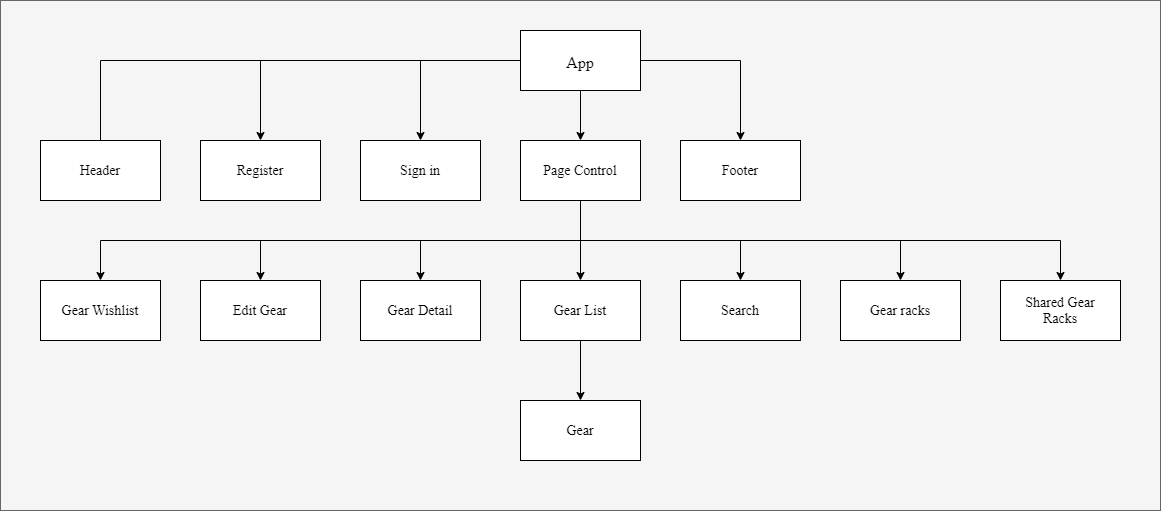
This is component-diagram.png from DeryckJackson/climbing-gear-catalog-react, a draw.io export, as it was before one commit. Source tidied: cells renumbered, new cells last; positions are measured from the earlier drawing's top-left corner, leaving out a move shared by most shapes. Its diagram source:
```xml
<mxGraphModel>
  <root>
    <mxCell id="0" />
    <mxCell id="1" parent="0" />
    <mxCell id="2" style="rounded=0;whiteSpace=wrap;html=1;fontFamily=roboto;fontSize=14;fillColor=#f5f5f5;strokeColor=#666666;fontColor=#333333;" parent="1" vertex="1">
      <mxGeometry width="1160" height="510" as="geometry" />
    </mxCell>
    <mxCell id="3" style="edgeStyle=orthogonalEdgeStyle;rounded=0;jettySize=auto;html=1;entryX=0.5;entryY=0.167;entryDx=0;entryDy=0;entryPerimeter=0;fontSize=14;fontFamily=roboto;fontSource=https%3A%2F%2Ffonts.googleapis.com%2Fcss%3Ffamily%3Droboto;" parent="1" edge="1" source="7" target="19">
      <mxGeometry relative="1" as="geometry" />
    </mxCell>
    <mxCell id="4" style="edgeStyle=orthogonalEdgeStyle;rounded=0;jettySize=auto;html=1;fontSize=14;fontFamily=roboto;fontSource=https%3A%2F%2Ffonts.googleapis.com%2Fcss%3Ffamily%3Droboto;" parent="1" edge="1" source="7" target="20">
      <mxGeometry relative="1" as="geometry" />
    </mxCell>
    <mxCell id="5" style="edgeStyle=orthogonalEdgeStyle;rounded=0;jettySize=auto;html=1;fontSize=14;fontFamily=roboto;fontSource=https%3A%2F%2Ffonts.googleapis.com%2Fcss%3Ffamily%3Droboto;" parent="1" edge="1" source="7" target="18">
      <mxGeometry relative="1" as="geometry" />
    </mxCell>
    <mxCell id="6" style="edgeStyle=orthogonalEdgeStyle;rounded=0;jettySize=auto;html=1;fontSize=14;fontFamily=roboto;fontSource=https%3A%2F%2Ffonts.googleapis.com%2Fcss%3Ffamily%3Droboto;" parent="1" edge="1" source="7" target="21">
      <mxGeometry relative="1" as="geometry" />
    </mxCell>
    <mxCell id="7" style="rounded=0;whiteSpace=wrap;html=1;fontSize=20;fontFamily=roboto;fontSource=https%3A%2F%2Ffonts.googleapis.com%2Fcss%3Ffamily%3Droboto;" parent="1" vertex="1">
      <mxGeometry x="520" y="30" width="120" height="60" as="geometry" />
    </mxCell>
    <mxCell id="8" style="edgeStyle=orthogonalEdgeStyle;rounded=0;jettySize=auto;html=1;entryX=0.5;entryY=0;entryDx=0;entryDy=0;fontFamily=roboto;fontSize=14;" parent="1" edge="1" source="15" target="29">
      <mxGeometry relative="1" as="geometry">
        <Array as="points">
          <mxPoint x="580" y="240" />
          <mxPoint x="580" y="240" />
        </Array>
      </mxGeometry>
    </mxCell>
    <mxCell id="9" style="edgeStyle=orthogonalEdgeStyle;rounded=0;jettySize=auto;html=1;entryX=0.5;entryY=0;entryDx=0;entryDy=0;fontFamily=roboto;fontSize=14;" parent="1" edge="1" source="15" target="33">
      <mxGeometry relative="1" as="geometry">
        <Array as="points">
          <mxPoint x="580" y="240" />
          <mxPoint x="420" y="240" />
        </Array>
      </mxGeometry>
    </mxCell>
    <mxCell id="10" style="edgeStyle=orthogonalEdgeStyle;rounded=0;jettySize=auto;html=1;fontFamily=roboto;fontSize=14;" parent="1" edge="1" source="15" target="35">
      <mxGeometry relative="1" as="geometry">
        <Array as="points">
          <mxPoint x="580" y="240" />
          <mxPoint x="740" y="240" />
        </Array>
      </mxGeometry>
    </mxCell>
    <mxCell id="11" style="edgeStyle=orthogonalEdgeStyle;rounded=0;jettySize=auto;html=1;fontFamily=roboto;fontSize=14;" parent="1" edge="1" source="15" target="37">
      <mxGeometry relative="1" as="geometry">
        <Array as="points">
          <mxPoint x="580" y="240" />
          <mxPoint x="260" y="240" />
        </Array>
      </mxGeometry>
    </mxCell>
    <mxCell id="12" style="edgeStyle=orthogonalEdgeStyle;rounded=0;jettySize=auto;html=1;fontFamily=roboto;fontSize=14;" parent="1" edge="1" source="15" target="39">
      <mxGeometry relative="1" as="geometry">
        <Array as="points">
          <mxPoint x="580" y="240" />
          <mxPoint x="100" y="240" />
        </Array>
      </mxGeometry>
    </mxCell>
    <mxCell id="13" style="edgeStyle=orthogonalEdgeStyle;rounded=0;jettySize=auto;html=1;fontFamily=roboto;fontSize=14;" parent="1" edge="1" source="15" target="41">
      <mxGeometry relative="1" as="geometry">
        <Array as="points">
          <mxPoint x="580" y="240" />
          <mxPoint x="900" y="240" />
        </Array>
      </mxGeometry>
    </mxCell>
    <mxCell id="14" style="edgeStyle=orthogonalEdgeStyle;rounded=0;jettySize=auto;html=1;entryX=0.5;entryY=0;entryDx=0;entryDy=0;fontFamily=roboto;fontSize=14;" parent="1" edge="1" source="15" target="43">
      <mxGeometry relative="1" as="geometry">
        <Array as="points">
          <mxPoint x="580" y="240" />
          <mxPoint x="1060" y="240" />
        </Array>
      </mxGeometry>
    </mxCell>
    <mxCell id="15" style="rounded=0;whiteSpace=wrap;html=1;fontSize=20;fontFamily=roboto;fontSource=https%3A%2F%2Ffonts.googleapis.com%2Fcss%3Ffamily%3Droboto;" parent="1" vertex="1">
      <mxGeometry x="520" y="140" width="120" height="60" as="geometry" />
    </mxCell>
    <mxCell id="16" style="endArrow=classic;html=1;fontSize=20;exitX=0.5;exitY=1;exitDx=0;exitDy=0;entryX=0.5;entryY=0;entryDx=0;entryDy=0;fontFamily=roboto;fontSource=https%3A%2F%2Ffonts.googleapis.com%2Fcss%3Ffamily%3Droboto;" parent="1" edge="1" source="7" target="15">
      <mxGeometry relative="1" as="geometry" />
    </mxCell>
    <mxCell id="17" value="&lt;font style=&quot;font-size: 16px&quot;&gt;App&lt;/font&gt;" style="text;html=1;strokeColor=none;fillColor=none;align=center;verticalAlign=middle;whiteSpace=wrap;rounded=0;fontSize=20;fontFamily=roboto;fontSource=https%3A%2F%2Ffonts.googleapis.com%2Fcss%3Ffamily%3Droboto;" parent="1" vertex="1">
      <mxGeometry x="560" y="50" width="40" height="20" as="geometry" />
    </mxCell>
    <mxCell id="18" style="rounded=0;whiteSpace=wrap;html=1;fontSize=14;fontFamily=roboto;fontSource=https%3A%2F%2Ffonts.googleapis.com%2Fcss%3Ffamily%3Droboto;" parent="1" vertex="1">
      <mxGeometry x="360" y="140" width="120" height="60" as="geometry" />
    </mxCell>
    <mxCell id="19" style="rounded=0;whiteSpace=wrap;html=1;fontSize=14;fontFamily=roboto;fontSource=https%3A%2F%2Ffonts.googleapis.com%2Fcss%3Ffamily%3Droboto;" parent="1" vertex="1">
      <mxGeometry x="40" y="140" width="120" height="60" as="geometry" />
    </mxCell>
    <mxCell id="20" style="rounded=0;whiteSpace=wrap;html=1;fontSize=14;fontFamily=roboto;fontSource=https%3A%2F%2Ffonts.googleapis.com%2Fcss%3Ffamily%3Droboto;" parent="1" vertex="1">
      <mxGeometry x="200" y="140" width="120" height="60" as="geometry" />
    </mxCell>
    <mxCell id="21" style="rounded=0;whiteSpace=wrap;html=1;fontSize=14;fontFamily=roboto;fontSource=https%3A%2F%2Ffonts.googleapis.com%2Fcss%3Ffamily%3Droboto;" parent="1" vertex="1">
      <mxGeometry x="680" y="140" width="120" height="60" as="geometry" />
    </mxCell>
    <mxCell id="22" value="Sign in" style="text;html=1;strokeColor=none;fillColor=none;align=center;verticalAlign=middle;whiteSpace=wrap;rounded=0;fontSize=14;fontFamily=roboto;fontSource=https%3A%2F%2Ffonts.googleapis.com%2Fcss%3Ffamily%3Droboto;" parent="1" vertex="1">
      <mxGeometry x="370" y="160" width="100" height="20" as="geometry" />
    </mxCell>
    <mxCell id="23" style="edgeStyle=orthogonalEdgeStyle;rounded=0;orthogonalLoop=1;jettySize=auto;html=1;exitX=0.5;exitY=1;exitDx=0;exitDy=0;fontSize=14;fontFamily=roboto;fontSource=https%3A%2F%2Ffonts.googleapis.com%2Fcss%3Ffamily%3Droboto;" parent="1" edge="1" source="22" target="22">
      <mxGeometry relative="1" as="geometry" />
    </mxCell>
    <mxCell id="24" value="Register" style="text;html=1;strokeColor=none;fillColor=none;align=center;verticalAlign=middle;whiteSpace=wrap;rounded=0;fontSize=14;fontFamily=roboto;fontSource=https%3A%2F%2Ffonts.googleapis.com%2Fcss%3Ffamily%3Droboto;" parent="1" vertex="1">
      <mxGeometry x="210" y="160" width="100" height="20" as="geometry" />
    </mxCell>
    <mxCell id="25" value="Header" style="text;html=1;strokeColor=none;fillColor=none;align=center;verticalAlign=middle;whiteSpace=wrap;rounded=0;fontSize=14;fontFamily=roboto;fontSource=https%3A%2F%2Ffonts.googleapis.com%2Fcss%3Ffamily%3Droboto;" parent="1" vertex="1">
      <mxGeometry x="55" y="160" width="90" height="20" as="geometry" />
    </mxCell>
    <mxCell id="26" value="Page Control" style="text;html=1;strokeColor=none;fillColor=none;align=center;verticalAlign=middle;whiteSpace=wrap;rounded=0;fontSize=14;fontFamily=roboto;fontSource=https%3A%2F%2Ffonts.googleapis.com%2Fcss%3Ffamily%3Droboto;" parent="1" vertex="1">
      <mxGeometry x="530" y="160" width="100" height="20" as="geometry" />
    </mxCell>
    <mxCell id="27" value="Footer" style="text;html=1;strokeColor=none;fillColor=none;align=center;verticalAlign=middle;whiteSpace=wrap;rounded=0;fontSize=14;fontFamily=roboto;fontSource=https%3A%2F%2Ffonts.googleapis.com%2Fcss%3Ffamily%3Droboto;" parent="1" vertex="1">
      <mxGeometry x="690" y="160" width="100" height="20" as="geometry" />
    </mxCell>
    <mxCell id="28" style="edgeStyle=orthogonalEdgeStyle;rounded=0;jettySize=auto;html=1;entryX=0.5;entryY=0;entryDx=0;entryDy=0;fontFamily=roboto;fontSize=14;" parent="1" edge="1" source="29" target="31">
      <mxGeometry relative="1" as="geometry" />
    </mxCell>
    <mxCell id="29" style="rounded=0;whiteSpace=wrap;html=1;fontFamily=roboto;fontSize=14;" parent="1" vertex="1">
      <mxGeometry x="520" y="280" width="120" height="60" as="geometry" />
    </mxCell>
    <mxCell id="30" value="Gear List" style="text;html=1;strokeColor=none;fillColor=none;align=center;verticalAlign=middle;whiteSpace=wrap;rounded=0;fontFamily=roboto;fontSize=14;" parent="1" vertex="1">
      <mxGeometry x="530" y="300" width="100" height="20" as="geometry" />
    </mxCell>
    <mxCell id="31" style="rounded=0;whiteSpace=wrap;html=1;fontFamily=roboto;fontSize=14;" parent="1" vertex="1">
      <mxGeometry x="520" y="400" width="120" height="60" as="geometry" />
    </mxCell>
    <mxCell id="32" value="Gear" style="text;html=1;strokeColor=none;fillColor=none;align=center;verticalAlign=middle;whiteSpace=wrap;rounded=0;fontFamily=roboto;fontSize=14;" parent="1" vertex="1">
      <mxGeometry x="530" y="420" width="100" height="20" as="geometry" />
    </mxCell>
    <mxCell id="33" style="rounded=0;whiteSpace=wrap;html=1;fontFamily=roboto;fontSize=14;" parent="1" vertex="1">
      <mxGeometry x="360" y="280" width="120" height="60" as="geometry" />
    </mxCell>
    <mxCell id="34" value="Gear Detail" style="text;html=1;strokeColor=none;fillColor=none;align=center;verticalAlign=middle;whiteSpace=wrap;rounded=0;fontFamily=roboto;fontSize=14;" parent="1" vertex="1">
      <mxGeometry x="370" y="300" width="100" height="20" as="geometry" />
    </mxCell>
    <mxCell id="35" style="rounded=0;whiteSpace=wrap;html=1;fontFamily=roboto;fontSize=14;" parent="1" vertex="1">
      <mxGeometry x="680" y="280" width="120" height="60" as="geometry" />
    </mxCell>
    <mxCell id="36" value="Search" style="text;html=1;strokeColor=none;fillColor=none;align=center;verticalAlign=middle;whiteSpace=wrap;rounded=0;fontFamily=roboto;fontSize=14;" parent="1" vertex="1">
      <mxGeometry x="690" y="300" width="100" height="20" as="geometry" />
    </mxCell>
    <mxCell id="37" style="rounded=0;whiteSpace=wrap;html=1;fontFamily=roboto;fontSize=14;" parent="1" vertex="1">
      <mxGeometry x="200" y="280" width="120" height="60" as="geometry" />
    </mxCell>
    <mxCell id="38" value="Edit Gear" style="text;html=1;strokeColor=none;fillColor=none;align=center;verticalAlign=middle;whiteSpace=wrap;rounded=0;fontFamily=roboto;fontSize=14;" parent="1" vertex="1">
      <mxGeometry x="210" y="300" width="100" height="20" as="geometry" />
    </mxCell>
    <mxCell id="39" style="rounded=0;whiteSpace=wrap;html=1;fontFamily=roboto;fontSize=14;" parent="1" vertex="1">
      <mxGeometry x="40" y="280" width="120" height="60" as="geometry" />
    </mxCell>
    <mxCell id="40" value="Gear Wishlist" style="text;html=1;strokeColor=none;fillColor=none;align=center;verticalAlign=middle;whiteSpace=wrap;rounded=0;fontFamily=roboto;fontSize=14;" parent="1" vertex="1">
      <mxGeometry x="50" y="300" width="100" height="20" as="geometry" />
    </mxCell>
    <mxCell id="41" style="rounded=0;whiteSpace=wrap;html=1;fontFamily=roboto;fontSize=14;" parent="1" vertex="1">
      <mxGeometry x="840" y="280" width="120" height="60" as="geometry" />
    </mxCell>
    <mxCell id="42" value="Gear racks" style="text;html=1;strokeColor=none;fillColor=none;align=center;verticalAlign=middle;whiteSpace=wrap;rounded=0;fontFamily=roboto;fontSize=14;" parent="1" vertex="1">
      <mxGeometry x="850" y="300" width="100" height="20" as="geometry" />
    </mxCell>
    <mxCell id="43" style="rounded=0;whiteSpace=wrap;html=1;fontFamily=roboto;fontSize=14;" parent="1" vertex="1">
      <mxGeometry x="1000" y="280" width="120" height="60" as="geometry" />
    </mxCell>
    <mxCell id="44" value="Shared Gear Racks" style="text;html=1;strokeColor=none;fillColor=none;align=center;verticalAlign=middle;whiteSpace=wrap;rounded=0;fontFamily=roboto;fontSize=14;" parent="1" vertex="1">
      <mxGeometry x="1010" y="300" width="100" height="20" as="geometry" />
    </mxCell>
  </root>
</mxGraphModel>
```
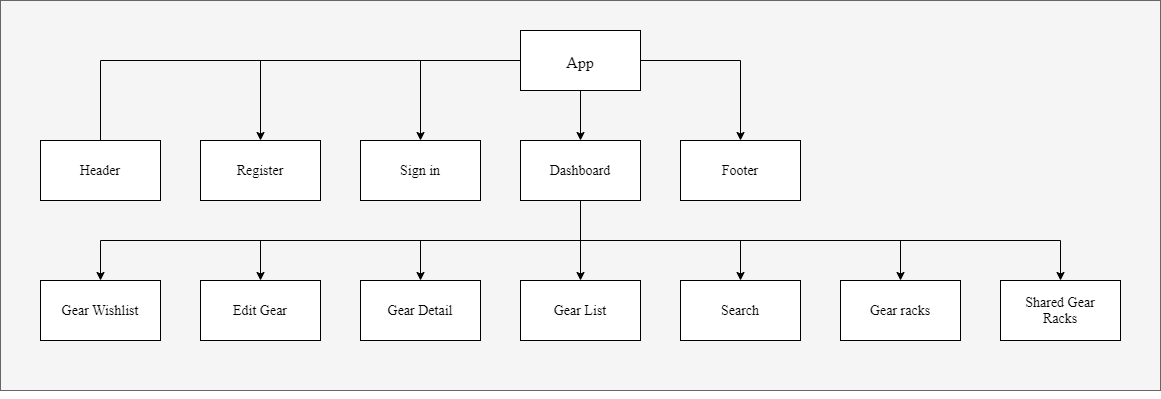
After the change.

Commit message:
add linkbutton component and make final adjustments to styling

What changed in the source:
```diff
@@ -3,7 +3,7 @@
     <mxCell id="0" />
     <mxCell id="1" parent="0" />
     <mxCell id="2" style="rounded=0;whiteSpace=wrap;html=1;fontFamily=roboto;fontSize=14;fillColor=#f5f5f5;strokeColor=#666666;fontColor=#333333;" parent="1" vertex="1">
-      <mxGeometry width="1160" height="510" as="geometry" />
+      <mxGeometry width="1160" height="390" as="geometry" />
     </mxCell>
     <mxCell id="3" style="edgeStyle=orthogonalEdgeStyle;rounded=0;jettySize=auto;html=1;entryX=0.5;entryY=0.167;entryDx=0;entryDy=0;entryPerimeter=0;fontSize=14;fontFamily=roboto;fontSource=https%3A%2F%2Ffonts.googleapis.com%2Fcss%3Ffamily%3Droboto;" parent="1" edge="1" source="7" target="19">
       <mxGeometry relative="1" as="geometry" />
@@ -109,27 +109,18 @@
     <mxCell id="25" value="Header" style="text;html=1;strokeColor=none;fillColor=none;align=center;verticalAlign=middle;whiteSpace=wrap;rounded=0;fontSize=14;fontFamily=roboto;fontSource=https%3A%2F%2Ffonts.googleapis.com%2Fcss%3Ffamily%3Droboto;" parent="1" vertex="1">
       <mxGeometry x="55" y="160" width="90" height="20" as="geometry" />
     </mxCell>
-    <mxCell id="26" value="Page Control" style="text;html=1;strokeColor=none;fillColor=none;align=center;verticalAlign=middle;whiteSpace=wrap;rounded=0;fontSize=14;fontFamily=roboto;fontSource=https%3A%2F%2Ffonts.googleapis.com%2Fcss%3Ffamily%3Droboto;" parent="1" vertex="1">
+    <mxCell id="26" value="Dashboard" style="text;html=1;strokeColor=none;fillColor=none;align=center;verticalAlign=middle;whiteSpace=wrap;rounded=0;fontSize=14;fontFamily=roboto;fontSource=https%3A%2F%2Ffonts.googleapis.com%2Fcss%3Ffamily%3Droboto;" parent="1" vertex="1">
       <mxGeometry x="530" y="160" width="100" height="20" as="geometry" />
     </mxCell>
     <mxCell id="27" value="Footer" style="text;html=1;strokeColor=none;fillColor=none;align=center;verticalAlign=middle;whiteSpace=wrap;rounded=0;fontSize=14;fontFamily=roboto;fontSource=https%3A%2F%2Ffonts.googleapis.com%2Fcss%3Ffamily%3Droboto;" parent="1" vertex="1">
       <mxGeometry x="690" y="160" width="100" height="20" as="geometry" />
     </mxCell>
-    <mxCell id="28" style="edgeStyle=orthogonalEdgeStyle;rounded=0;jettySize=auto;html=1;entryX=0.5;entryY=0;entryDx=0;entryDy=0;fontFamily=roboto;fontSize=14;" parent="1" edge="1" source="29" target="31">
-      <mxGeometry relative="1" as="geometry" />
-    </mxCell>
     <mxCell id="29" style="rounded=0;whiteSpace=wrap;html=1;fontFamily=roboto;fontSize=14;" parent="1" vertex="1">
       <mxGeometry x="520" y="280" width="120" height="60" as="geometry" />
     </mxCell>
     <mxCell id="30" value="Gear List" style="text;html=1;strokeColor=none;fillColor=none;align=center;verticalAlign=middle;whiteSpace=wrap;rounded=0;fontFamily=roboto;fontSize=14;" parent="1" vertex="1">
       <mxGeometry x="530" y="300" width="100" height="20" as="geometry" />
     </mxCell>
-    <mxCell id="31" style="rounded=0;whiteSpace=wrap;html=1;fontFamily=roboto;fontSize=14;" parent="1" vertex="1">
-      <mxGeometry x="520" y="400" width="120" height="60" as="geometry" />
-    </mxCell>
-    <mxCell id="32" value="Gear" style="text;html=1;strokeColor=none;fillColor=none;align=center;verticalAlign=middle;whiteSpace=wrap;rounded=0;fontFamily=roboto;fontSize=14;" parent="1" vertex="1">
-      <mxGeometry x="530" y="420" width="100" height="20" as="geometry" />
-    </mxCell>
     <mxCell id="33" style="rounded=0;whiteSpace=wrap;html=1;fontFamily=roboto;fontSize=14;" parent="1" vertex="1">
       <mxGeometry x="360" y="280" width="120" height="60" as="geometry" />
     </mxCell>
@@ -166,5 +157,8 @@
     <mxCell id="44" value="Shared Gear Racks" style="text;html=1;strokeColor=none;fillColor=none;align=center;verticalAlign=middle;whiteSpace=wrap;rounded=0;fontFamily=roboto;fontSize=14;" parent="1" vertex="1">
       <mxGeometry x="1010" y="300" width="100" height="20" as="geometry" />
     </mxCell>
+    <mxCell id="45" style="edgeStyle=orthogonalEdgeStyle;rounded=0;orthogonalLoop=1;jettySize=auto;html=1;exitX=0.5;exitY=1;exitDx=0;exitDy=0;" parent="1" edge="1" source="2" target="2">
+      <mxGeometry relative="1" as="geometry" />
+    </mxCell>
   </root>
 </mxGraphModel>
```
